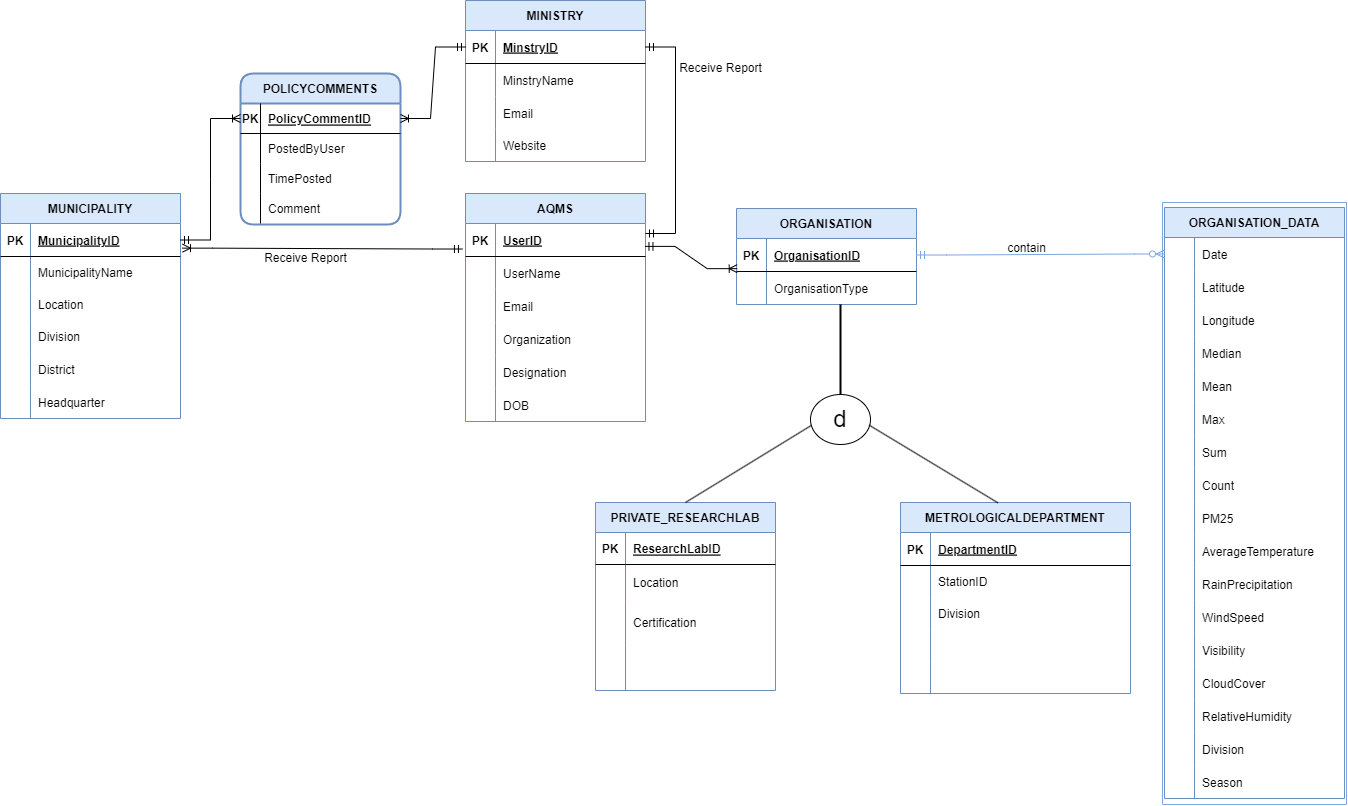
This is EERD.png from toushifhossain1/AirQualityMonitoringOfBangladesh, a draw.io export, as it was before one commit. Source tidied: cells renumbered, new cells last; positions are measured from the earlier drawing's top-left corner, leaving out a move shared by most shapes.
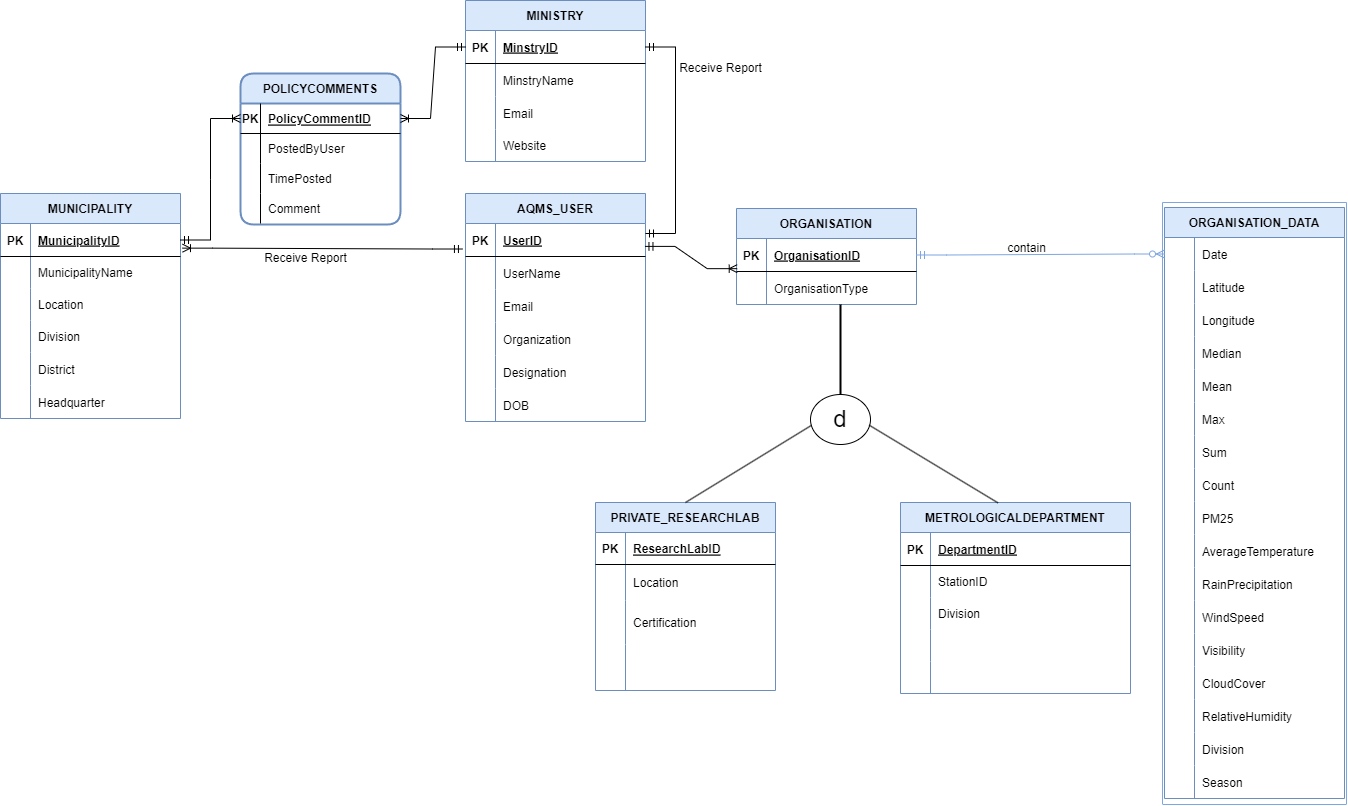
The same file after the commit.

Diff of the diagram source:
```diff
@@ -2,7 +2,7 @@
   <root>
     <mxCell id="0" />
     <mxCell id="1" parent="0" />
-    <mxCell id="2" value="AQMS" style="shape=table;startSize=30;rowLines=0;fontStyle=1;align=center;fillColor=#dae8fc;strokeColor=#6c8ebf;" parent="1" vertex="1">
+    <mxCell id="2" value="AQMS_USER" style="shape=table;startSize=30;rowLines=0;fontStyle=1;align=center;fillColor=#dae8fc;strokeColor=#6c8ebf;" parent="1" vertex="1">
       <mxGeometry x="465" y="193" width="180" height="228" as="geometry" />
     </mxCell>
     <mxCell id="3" style="shape=tableRow;horizontal=0;startSize=0;swimlaneHead=0;swimlaneBody=0;fillColor=none;points=[[0,0.5],[1,0.5]];portConstraint=eastwest;top=0;left=0;right=0;bottom=1;" parent="2" vertex="1">
```
